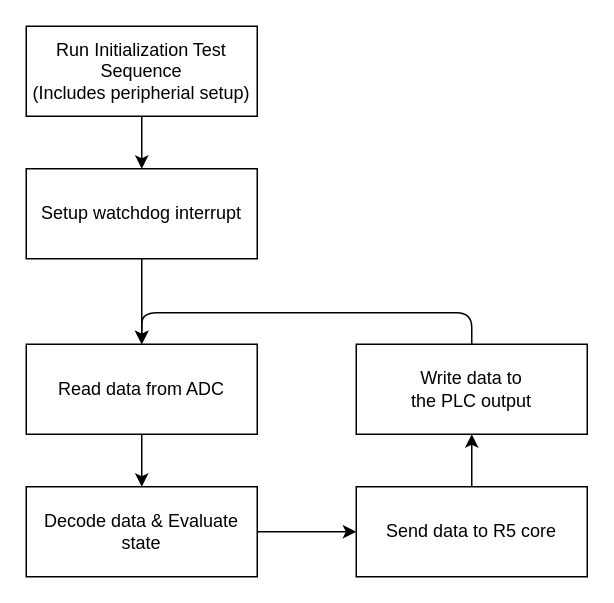
Earlier version of the draw.io diagram schematic/05-sw-flow-running-SIL.drawio (petrkucerak/diplom-thesis). Source tidied: cells renumbered, new cells numbered last; positions are measured from the earlier drawing's top-left corner, leaving out a move shared by most shapes. Both pictures are drawn from the tidied source at 150%, with x=0, y=0 at pixel (-268, 26).
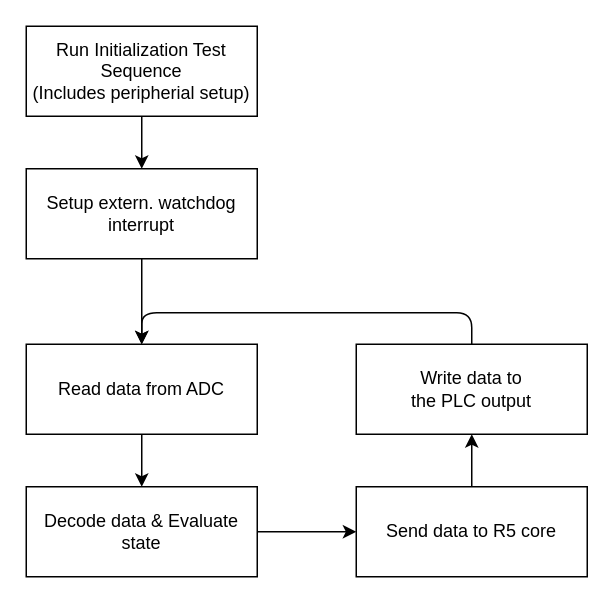
Above is the later version.

Change to the diagram source:
```diff
@@
 <mxGraphModel>
   <root>
     <mxCell id="0" />
     <mxCell id="1" parent="0" />
     <mxCell id="2" style="edgeStyle=orthogonalEdgeStyle;html=1;exitX=0.5;exitY=1;exitDx=0;exitDy=0;entryX=0.5;entryY=0;entryDx=0;entryDy=0;" parent="1" edge="1">
       <mxGeometry relative="1" as="geometry">
         <mxPoint x="0.5" y="638" as="targetPoint" />
         <Array as="points">
           <mxPoint y="1049" />
           <mxPoint x="117" y="1049" />
           <mxPoint x="117" y="605" />
           <mxPoint y="605" />
         </Array>
       </mxGeometry>
     </mxCell>
     <mxCell id="3" value="Read data from ADC" style="rounded=0;whiteSpace=wrap;html=1;" parent="1" vertex="1">
       <mxGeometry x="196" y="212" width="154" height="60" as="geometry" />
     </mxCell>
     <mxCell id="4" style="edgeStyle=none;html=1;exitX=1;exitY=0.5;exitDx=0;exitDy=0;" parent="1" edge="1" source="5" target="7">
       <mxGeometry relative="1" as="geometry" />
     </mxCell>
     <mxCell id="5" value="Decode data &amp;amp; Evaluate state" style="rounded=0;whiteSpace=wrap;html=1;" parent="1" vertex="1">
       <mxGeometry x="196" y="307" width="154" height="60" as="geometry" />
     </mxCell>
     <mxCell id="6" style="edgeStyle=none;html=1;exitX=0.5;exitY=0;exitDx=0;exitDy=0;" parent="1" edge="1" source="7" target="9">
       <mxGeometry relative="1" as="geometry" />
     </mxCell>
     <mxCell id="7" value="Send data to R5 core" style="rounded=0;whiteSpace=wrap;html=1;" parent="1" vertex="1">
       <mxGeometry x="416" y="307" width="154" height="60" as="geometry" />
     </mxCell>
     <mxCell id="8" style="edgeStyle=orthogonalEdgeStyle;html=1;exitX=0.5;exitY=0;exitDx=0;exitDy=0;entryX=0.5;entryY=0;entryDx=0;entryDy=0;" parent="1" edge="1" source="9" target="3">
       <mxGeometry relative="1" as="geometry">
         <Array as="points">
           <mxPoint x="493" y="191" />
           <mxPoint x="273" y="191" />
         </Array>
       </mxGeometry>
     </mxCell>
     <mxCell id="9" value="Write data to&lt;br&gt;the PLC output" style="rounded=0;whiteSpace=wrap;html=1;" parent="1" vertex="1">
       <mxGeometry x="416" y="212" width="154" height="60" as="geometry" />
     </mxCell>
     <mxCell id="10" style="edgeStyle=none;html=1;exitX=0.5;exitY=1;exitDx=0;exitDy=0;" parent="1" edge="1" source="3" target="5">
       <mxGeometry relative="1" as="geometry" />
     </mxCell>
     <mxCell id="11" style="edgeStyle=none;html=1;exitX=0.5;exitY=1;exitDx=0;exitDy=0;" parent="1" edge="1" source="12" target="14">
       <mxGeometry relative="1" as="geometry" />
     </mxCell>
     <mxCell id="12" value="Run Initialization Test Sequence&lt;br&gt;(Includes peripherial setup)" style="rounded=0;whiteSpace=wrap;html=1;" parent="1" vertex="1">
       <mxGeometry x="196" width="154" height="60" as="geometry" />
     </mxCell>
     <mxCell id="13" style="edgeStyle=none;html=1;exitX=0.5;exitY=1;exitDx=0;exitDy=0;" parent="1" edge="1" source="14" target="3">
       <mxGeometry relative="1" as="geometry" />
     </mxCell>
-    <mxCell id="14" value="Setup watchdog interrupt" style="rounded=0;whiteSpace=wrap;html=1;" parent="1" vertex="1">
+    <mxCell id="14" value="Setup extern. watchdog interrupt" style="rounded=0;whiteSpace=wrap;html=1;" parent="1" vertex="1">
       <mxGeometry x="196" y="95" width="154" height="60" as="geometry" />
     </mxCell>
   </root>
 </mxGraphModel>
```
